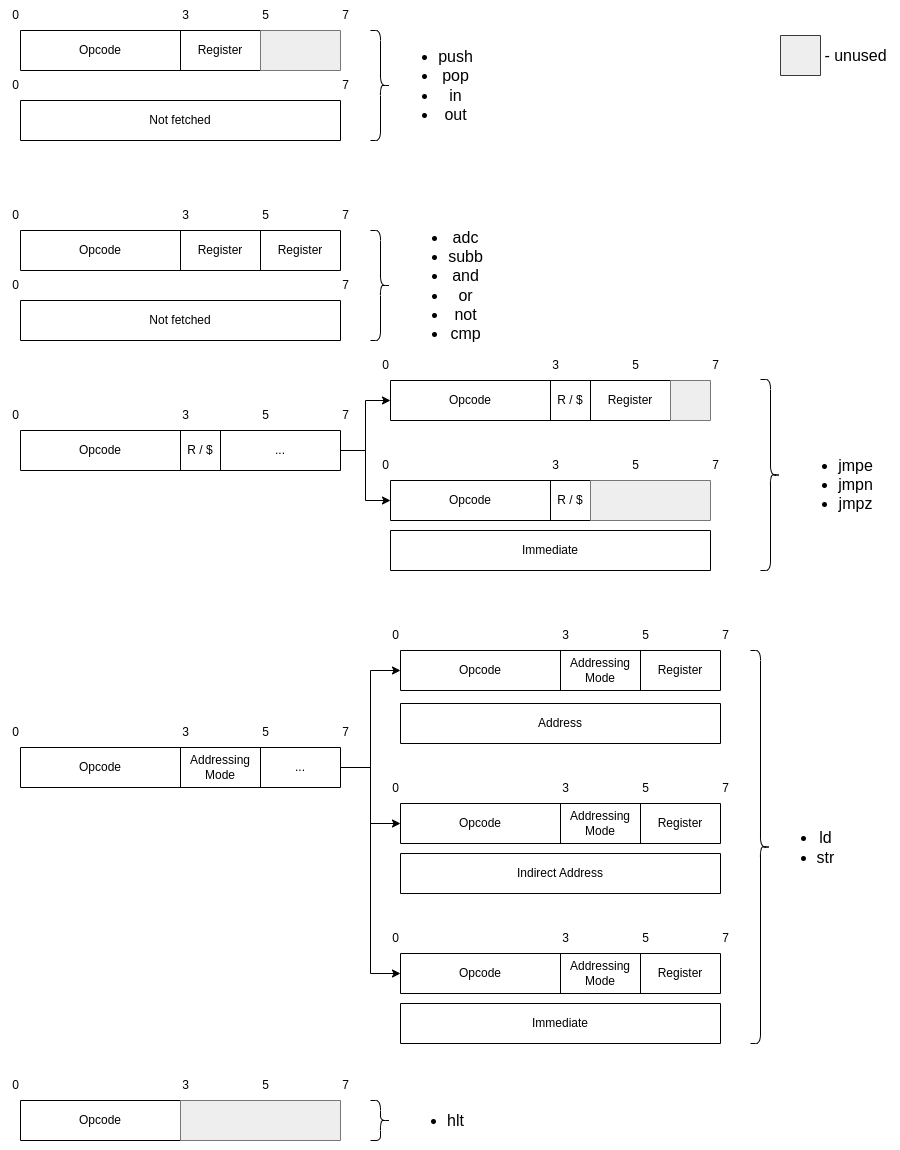
Earlier version of the draw.io export Diagrams/Instruction_Format.drawio.png (AbiPrescott/Sharp-R8). Source tidied: cells renumbered, new cells last; positions are measured from the earlier drawing's top-left corner, leaving out a move shared by most shapes.
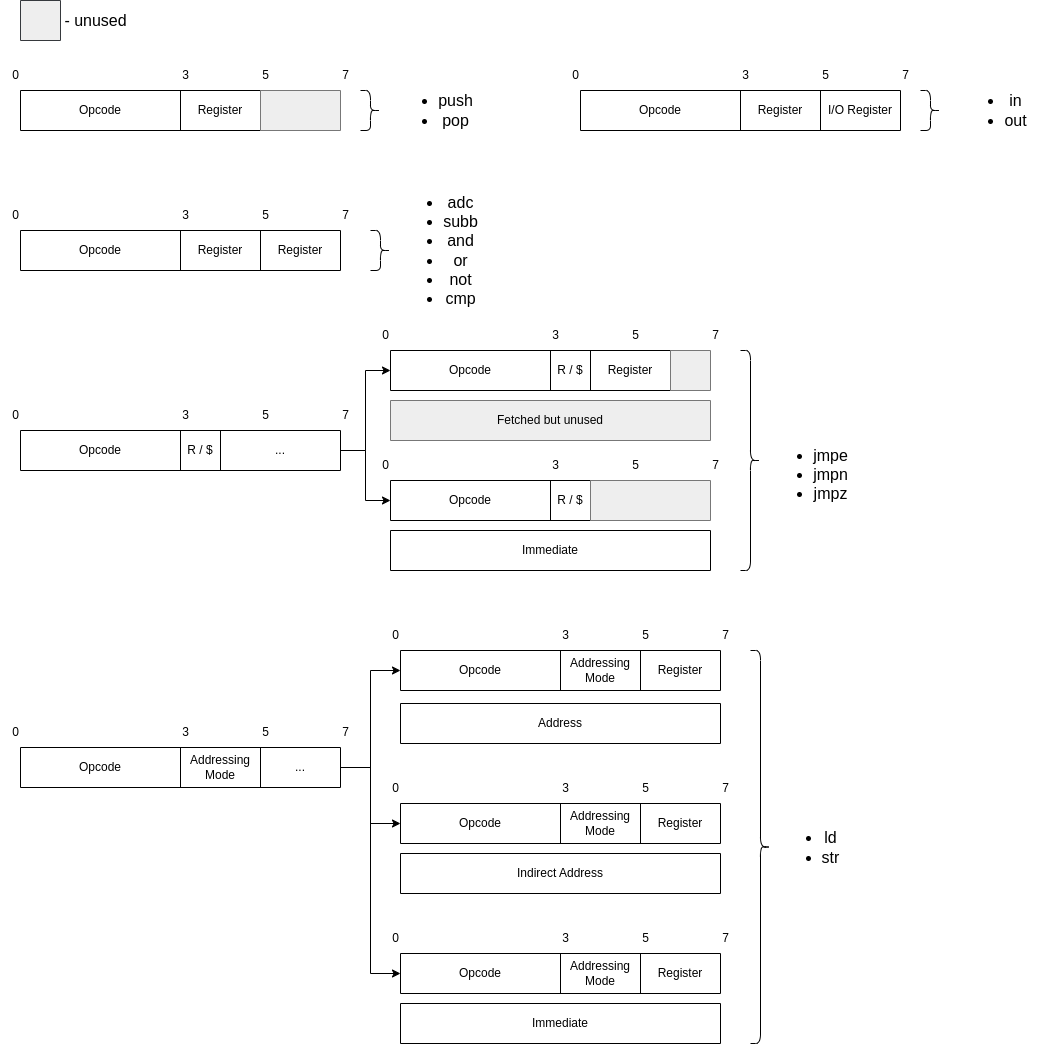
Later version of the same file.

Commit message:
insttruction flowchart added

The edit, as a diff of the source:
```diff
@@ -3,7 +3,7 @@
     <mxCell id="0" />
     <mxCell id="1" parent="0" />
     <mxCell id="2" style="shape=table;startSize=0;fontSize=14;" parent="1" vertex="1">
-      <mxGeometry x="20" y="30" width="320" height="40" as="geometry" />
+      <mxGeometry x="20" y="90" width="320" height="40" as="geometry" />
     </mxCell>
     <mxCell id="3" style="shape=tableRow;horizontal=0;startSize=0;swimlaneHead=0;swimlaneBody=0;strokeColor=inherit;top=0;left=0;bottom=0;right=0;fillColor=none;" parent="2" vertex="1">
       <mxGeometry width="320" height="40" as="geometry" />
@@ -17,38 +17,23 @@
     <mxCell id="6" style="shape=partialRectangle;html=1;whiteSpace=wrap;strokeColor=#36393d;overflow=hidden;fillColor=#eeeeee;top=0;left=0;bottom=0;right=0;rowspan=1;colspan=2;" parent="3" vertex="1">
       <mxGeometry x="240" width="80" height="40" as="geometry" />
     </mxCell>
-    <mxCell id="7" style="shape=table;startSize=0;fontSize=14;" parent="1" vertex="1">
-      <mxGeometry x="20" y="100" width="320" height="40" as="geometry" />
-    </mxCell>
-    <mxCell id="8" style="shape=tableRow;horizontal=0;startSize=0;swimlaneHead=0;swimlaneBody=0;strokeColor=inherit;top=0;left=0;bottom=0;right=0;fillColor=none;" parent="7" vertex="1">
-      <mxGeometry width="320" height="40" as="geometry" />
-    </mxCell>
-    <mxCell id="9" value="Not fetched" style="shape=partialRectangle;html=1;whiteSpace=wrap;strokeColor=inherit;overflow=hidden;fillColor=none;top=0;left=0;bottom=0;right=0;rowspan=1;colspan=8;" parent="8" vertex="1">
-      <mxGeometry width="320" height="40" as="geometry" />
-    </mxCell>
     <mxCell id="10" value="0" style="text;html=1;align=center;verticalAlign=middle;strokeColor=none;fillColor=none;" parent="1" vertex="1">
-      <mxGeometry width="30" height="30" as="geometry" />
+      <mxGeometry y="60" width="30" height="30" as="geometry" />
     </mxCell>
     <mxCell id="11" value="3" style="text;html=1;align=center;verticalAlign=middle;strokeColor=none;fillColor=none;" parent="1" vertex="1">
-      <mxGeometry x="170" width="30" height="30" as="geometry" />
+      <mxGeometry x="170" y="60" width="30" height="30" as="geometry" />
     </mxCell>
     <mxCell id="12" value="5" style="text;html=1;align=center;verticalAlign=middle;strokeColor=none;fillColor=none;" parent="1" vertex="1">
-      <mxGeometry x="250" width="30" height="30" as="geometry" />
+      <mxGeometry x="250" y="60" width="30" height="30" as="geometry" />
     </mxCell>
     <mxCell id="13" value="7" style="text;html=1;align=center;verticalAlign=middle;strokeColor=none;fillColor=none;" parent="1" vertex="1">
-      <mxGeometry x="330" width="30" height="30" as="geometry" />
+      <mxGeometry x="330" y="60" width="30" height="30" as="geometry" />
     </mxCell>
-    <mxCell id="14" value="0" style="text;html=1;align=center;verticalAlign=middle;strokeColor=none;fillColor=none;" parent="1" vertex="1">
-      <mxGeometry y="70" width="30" height="30" as="geometry" />
-    </mxCell>
-    <mxCell id="15" value="7" style="text;html=1;align=center;verticalAlign=middle;strokeColor=none;fillColor=none;" parent="1" vertex="1">
-      <mxGeometry x="330" y="70" width="30" height="30" as="geometry" />
-    </mxCell>
     <mxCell id="16" style="shape=curlyBracket;whiteSpace=wrap;html=1;rounded=1;flipH=1;labelPosition=right;verticalLabelPosition=middle;align=left;verticalAlign=middle;" parent="1" vertex="1">
-      <mxGeometry x="370" y="30" width="20" height="110" as="geometry" />
+      <mxGeometry x="360" y="90" width="20" height="40" as="geometry" />
     </mxCell>
-    <mxCell id="17" value="&lt;ul style=&quot;font-size: 16px;&quot;&gt;&lt;li style=&quot;font-size: 16px;&quot;&gt;push&lt;/li&gt;&lt;li style=&quot;font-size: 16px;&quot;&gt;pop&lt;/li&gt;&lt;li style=&quot;font-size: 16px;&quot;&gt;in&lt;/li&gt;&lt;li style=&quot;font-size: 16px;&quot;&gt;out&lt;/li&gt;&lt;/ul&gt;" style="text;html=1;align=center;verticalAlign=middle;strokeColor=none;fillColor=none;fontSize=16;" parent="1" vertex="1">
-      <mxGeometry x="385" y="25" width="100" height="120" as="geometry" />
+    <mxCell id="17" value="&lt;ul style=&quot;font-size: 16px;&quot;&gt;&lt;li style=&quot;font-size: 16px;&quot;&gt;push&lt;/li&gt;&lt;li style=&quot;font-size: 16px;&quot;&gt;pop&lt;/li&gt;&lt;/ul&gt;" style="text;html=1;align=center;verticalAlign=middle;strokeColor=none;fillColor=none;fontSize=16;" parent="1" vertex="1">
+      <mxGeometry x="385" y="70" width="100" height="80" as="geometry" />
     </mxCell>
     <mxCell id="18" style="shape=table;startSize=0;fontSize=14;" parent="1" vertex="1">
       <mxGeometry x="20" y="230" width="320" height="40" as="geometry" />
@@ -65,15 +50,6 @@
     <mxCell id="22" value="Register" style="shape=partialRectangle;html=1;whiteSpace=wrap;overflow=hidden;top=0;left=0;bottom=0;right=0;rowspan=1;colspan=2;fillColor=none;" parent="19" vertex="1">
       <mxGeometry x="240" width="80" height="40" as="geometry" />
     </mxCell>
-    <mxCell id="23" style="shape=table;startSize=0;fontSize=14;" parent="1" vertex="1">
-      <mxGeometry x="20" y="300" width="320" height="40" as="geometry" />
-    </mxCell>
-    <mxCell id="24" style="shape=tableRow;horizontal=0;startSize=0;swimlaneHead=0;swimlaneBody=0;strokeColor=inherit;top=0;left=0;bottom=0;right=0;fillColor=none;" parent="23" vertex="1">
-      <mxGeometry width="320" height="40" as="geometry" />
-    </mxCell>
-    <mxCell id="25" value="Not fetched" style="shape=partialRectangle;html=1;whiteSpace=wrap;strokeColor=inherit;overflow=hidden;fillColor=none;top=0;left=0;bottom=0;right=0;rowspan=1;colspan=8;" parent="24" vertex="1">
-      <mxGeometry width="320" height="40" as="geometry" />
-    </mxCell>
     <mxCell id="26" value="0" style="text;html=1;align=center;verticalAlign=middle;strokeColor=none;fillColor=none;" parent="1" vertex="1">
       <mxGeometry y="200" width="30" height="30" as="geometry" />
     </mxCell>
@@ -86,17 +62,11 @@
     <mxCell id="29" value="7" style="text;html=1;align=center;verticalAlign=middle;strokeColor=none;fillColor=none;" parent="1" vertex="1">
       <mxGeometry x="330" y="200" width="30" height="30" as="geometry" />
     </mxCell>
-    <mxCell id="30" value="0" style="text;html=1;align=center;verticalAlign=middle;strokeColor=none;fillColor=none;" parent="1" vertex="1">
-      <mxGeometry y="270" width="30" height="30" as="geometry" />
-    </mxCell>
-    <mxCell id="31" value="7" style="text;html=1;align=center;verticalAlign=middle;strokeColor=none;fillColor=none;" parent="1" vertex="1">
-      <mxGeometry x="330" y="270" width="30" height="30" as="geometry" />
-    </mxCell>
     <mxCell id="32" style="shape=curlyBracket;whiteSpace=wrap;html=1;rounded=1;flipH=1;labelPosition=right;verticalLabelPosition=middle;align=left;verticalAlign=middle;" parent="1" vertex="1">
-      <mxGeometry x="370" y="230" width="20" height="110" as="geometry" />
+      <mxGeometry x="370" y="230" width="20" height="40" as="geometry" />
     </mxCell>
     <mxCell id="33" value="&lt;ul style=&quot;font-size: 16px;&quot;&gt;&lt;li style=&quot;font-size: 16px;&quot;&gt;adc&lt;/li&gt;&lt;li style=&quot;font-size: 16px;&quot;&gt;subb&lt;/li&gt;&lt;li style=&quot;font-size: 16px;&quot;&gt;and&lt;/li&gt;&lt;li style=&quot;font-size: 16px;&quot;&gt;or&lt;/li&gt;&lt;li style=&quot;font-size: 16px;&quot;&gt;not&lt;/li&gt;&lt;li style=&quot;font-size: 16px;&quot;&gt;cmp&lt;/li&gt;&lt;/ul&gt;" style="text;html=1;align=center;verticalAlign=middle;strokeColor=none;fillColor=none;fontSize=16;" parent="1" vertex="1">
-      <mxGeometry x="395" y="205" width="100" height="160" as="geometry" />
+      <mxGeometry x="390" y="170" width="100" height="160" as="geometry" />
     </mxCell>
     <mxCell id="34" style="shape=table;startSize=0;fontSize=14;" parent="1" vertex="1">
       <mxGeometry x="20" y="430" width="320" height="40" as="geometry" />
@@ -126,13 +96,13 @@
       <mxGeometry x="330" y="400" width="30" height="30" as="geometry" />
     </mxCell>
     <mxCell id="43" style="shape=curlyBracket;whiteSpace=wrap;html=1;rounded=1;flipH=1;labelPosition=right;verticalLabelPosition=middle;align=left;verticalAlign=middle;" parent="1" vertex="1">
-      <mxGeometry x="760" y="379" width="20" height="191" as="geometry" />
+      <mxGeometry x="740" y="350" width="20" height="220" as="geometry" />
     </mxCell>
     <mxCell id="44" value="&lt;ul style=&quot;font-size: 16px;&quot;&gt;&lt;li style=&quot;font-size: 16px;&quot;&gt;jmpe&lt;/li&gt;&lt;li style=&quot;font-size: 16px;&quot;&gt;jmpn&lt;/li&gt;&lt;li style=&quot;font-size: 16px;&quot;&gt;jmpz&lt;/li&gt;&lt;/ul&gt;" style="text;html=1;align=center;verticalAlign=middle;strokeColor=none;fillColor=none;fontSize=16;" parent="1" vertex="1">
-      <mxGeometry x="785" y="434.5" width="100" height="100" as="geometry" />
+      <mxGeometry x="760" y="424.5" width="100" height="100" as="geometry" />
     </mxCell>
     <mxCell id="45" style="shape=table;startSize=0;fontSize=14;" parent="1" vertex="1">
-      <mxGeometry x="390" y="380" width="320" height="40" as="geometry" />
+      <mxGeometry x="390" y="350" width="320" height="40" as="geometry" />
     </mxCell>
     <mxCell id="46" style="shape=tableRow;horizontal=0;startSize=0;swimlaneHead=0;swimlaneBody=0;strokeColor=inherit;top=0;left=0;bottom=0;right=0;fillColor=none;points=[[0,0.5],[1,0.5]];portConstraint=eastwest;" parent="45" vertex="1">
       <mxGeometry width="320" height="40" as="geometry" />
@@ -150,16 +120,16 @@
       <mxGeometry x="280" width="40" height="40" as="geometry" />
     </mxCell>
     <mxCell id="51" value="0" style="text;html=1;align=center;verticalAlign=middle;strokeColor=none;fillColor=none;" parent="1" vertex="1">
-      <mxGeometry x="370" y="350" width="30" height="30" as="geometry" />
+      <mxGeometry x="370" y="320" width="30" height="30" as="geometry" />
     </mxCell>
     <mxCell id="52" value="3" style="text;html=1;align=center;verticalAlign=middle;strokeColor=none;fillColor=none;" parent="1" vertex="1">
-      <mxGeometry x="540" y="350" width="30" height="30" as="geometry" />
+      <mxGeometry x="540" y="320" width="30" height="30" as="geometry" />
     </mxCell>
     <mxCell id="53" value="5" style="text;html=1;align=center;verticalAlign=middle;strokeColor=none;fillColor=none;" parent="1" vertex="1">
-      <mxGeometry x="620" y="350" width="30" height="30" as="geometry" />
+      <mxGeometry x="620" y="320" width="30" height="30" as="geometry" />
     </mxCell>
     <mxCell id="54" value="7" style="text;html=1;align=center;verticalAlign=middle;strokeColor=none;fillColor=none;" parent="1" vertex="1">
-      <mxGeometry x="700" y="350" width="30" height="30" as="geometry" />
+      <mxGeometry x="700" y="320" width="30" height="30" as="geometry" />
     </mxCell>
     <mxCell id="55" style="shape=table;startSize=0;fontSize=14;" parent="1" vertex="1">
       <mxGeometry x="390" y="480" width="320" height="40" as="geometry" />
@@ -366,40 +336,10 @@
       <mxGeometry x="750" y="650" width="20" height="393" as="geometry" />
     </mxCell>
     <mxCell id="118" value="&lt;ul style=&quot;font-size: 16px;&quot;&gt;&lt;li style=&quot;font-size: 16px;&quot;&gt;ld&lt;/li&gt;&lt;li style=&quot;font-size: 16px;&quot;&gt;str&lt;/li&gt;&lt;/ul&gt;" style="text;html=1;align=center;verticalAlign=middle;strokeColor=none;fillColor=none;fontSize=16;" parent="1" vertex="1">
-      <mxGeometry x="765" y="806.5" width="80" height="80" as="geometry" />
+      <mxGeometry x="770" y="806.5" width="80" height="80" as="geometry" />
     </mxCell>
-    <mxCell id="119" style="shape=table;startSize=0;fontSize=14;" parent="1" vertex="1">
-      <mxGeometry x="20" y="1100" width="320" height="40" as="geometry" />
-    </mxCell>
-    <mxCell id="120" style="shape=tableRow;horizontal=0;startSize=0;swimlaneHead=0;swimlaneBody=0;strokeColor=inherit;top=0;left=0;bottom=0;right=0;fillColor=none;" parent="119" vertex="1">
-      <mxGeometry width="320" height="40" as="geometry" />
-    </mxCell>
-    <mxCell id="121" value="Opcode" style="shape=partialRectangle;html=1;whiteSpace=wrap;strokeColor=inherit;overflow=hidden;fillColor=none;top=0;left=0;bottom=0;right=0;rowspan=1;colspan=4;" parent="120" vertex="1">
-      <mxGeometry width="160" height="40" as="geometry" />
-    </mxCell>
-    <mxCell id="122" style="shape=partialRectangle;html=1;whiteSpace=wrap;strokeColor=#36393d;overflow=hidden;fillColor=#eeeeee;top=0;left=0;bottom=0;right=0;rowspan=1;colspan=4;" parent="120" vertex="1">
-      <mxGeometry x="160" width="160" height="40" as="geometry" />
-    </mxCell>
-    <mxCell id="123" value="0" style="text;html=1;align=center;verticalAlign=middle;strokeColor=none;fillColor=none;" parent="1" vertex="1">
-      <mxGeometry y="1070" width="30" height="30" as="geometry" />
-    </mxCell>
-    <mxCell id="124" value="3" style="text;html=1;align=center;verticalAlign=middle;strokeColor=none;fillColor=none;" parent="1" vertex="1">
-      <mxGeometry x="170" y="1070" width="30" height="30" as="geometry" />
-    </mxCell>
-    <mxCell id="125" value="5" style="text;html=1;align=center;verticalAlign=middle;strokeColor=none;fillColor=none;" parent="1" vertex="1">
-      <mxGeometry x="250" y="1070" width="30" height="30" as="geometry" />
-    </mxCell>
-    <mxCell id="126" value="7" style="text;html=1;align=center;verticalAlign=middle;strokeColor=none;fillColor=none;" parent="1" vertex="1">
-      <mxGeometry x="330" y="1070" width="30" height="30" as="geometry" />
-    </mxCell>
-    <mxCell id="127" style="shape=curlyBracket;whiteSpace=wrap;html=1;rounded=1;flipH=1;labelPosition=right;verticalLabelPosition=middle;align=left;verticalAlign=middle;" parent="1" vertex="1">
-      <mxGeometry x="370" y="1100" width="20" height="40" as="geometry" />
-    </mxCell>
-    <mxCell id="128" value="&lt;ul style=&quot;font-size: 16px;&quot;&gt;&lt;li style=&quot;font-size: 16px;&quot;&gt;hlt&lt;/li&gt;&lt;/ul&gt;" style="text;html=1;align=center;verticalAlign=middle;strokeColor=none;fillColor=none;fontSize=16;" parent="1" vertex="1">
-      <mxGeometry x="395" y="1090" width="80" height="60" as="geometry" />
-    </mxCell>
     <mxCell id="129" style="shape=table;startSize=0;fillColor=#eeeeee;strokeColor=#36393d;" parent="1" vertex="1">
-      <mxGeometry x="780" y="35" width="40" height="40" as="geometry" />
+      <mxGeometry x="20" width="40" height="40" as="geometry" />
     </mxCell>
     <mxCell id="130" style="shape=tableRow;horizontal=0;startSize=0;swimlaneHead=0;swimlaneBody=0;strokeColor=inherit;top=0;left=0;bottom=0;right=0;fillColor=none;" parent="129" vertex="1">
       <mxGeometry width="40" height="40" as="geometry" />
@@ -408,7 +348,49 @@
       <mxGeometry width="40" height="40" as="geometry" />
     </mxCell>
     <mxCell id="132" value="&lt;font style=&quot;font-size: 16px;&quot;&gt;- unused&lt;/font&gt;" style="text;html=1;align=center;verticalAlign=middle;strokeColor=none;fillColor=none;" parent="1" vertex="1">
-      <mxGeometry x="810" y="40" width="90" height="30" as="geometry" />
+      <mxGeometry x="50" y="5" width="90" height="30" as="geometry" />
     </mxCell>
+    <mxCell id="133" style="shape=table;startSize=0;fontSize=14;" parent="1" vertex="1">
+      <mxGeometry x="580" y="90" width="320" height="40" as="geometry" />
+    </mxCell>
+    <mxCell id="134" style="shape=tableRow;horizontal=0;startSize=0;swimlaneHead=0;swimlaneBody=0;strokeColor=inherit;top=0;left=0;bottom=0;right=0;fillColor=none;" parent="133" vertex="1">
+      <mxGeometry width="320" height="40" as="geometry" />
+    </mxCell>
+    <mxCell id="121" value="&lt;font style=&quot;font-size: 12px;&quot;&gt;Opcode&lt;/font&gt;" style="shape=partialRectangle;html=1;whiteSpace=wrap;strokeColor=inherit;overflow=hidden;fillColor=none;top=0;left=0;bottom=0;right=0;rowspan=1;colspan=4;" parent="134" vertex="1">
+      <mxGeometry width="160" height="40" as="geometry" />
+    </mxCell>
+    <mxCell id="135" value="Register" style="shape=partialRectangle;html=1;whiteSpace=wrap;strokeColor=inherit;overflow=hidden;fillColor=none;top=0;left=0;bottom=0;right=0;rowspan=1;colspan=2;" parent="134" vertex="1">
+      <mxGeometry x="160" width="80" height="40" as="geometry" />
+    </mxCell>
+    <mxCell id="136" value="I/O Register" style="shape=partialRectangle;html=1;whiteSpace=wrap;overflow=hidden;fillColor=none;top=0;left=0;bottom=0;right=0;rowspan=1;colspan=2;" parent="134" vertex="1">
+      <mxGeometry x="240" width="80" height="40" as="geometry" />
+    </mxCell>
+    <mxCell id="137" value="0" style="text;html=1;align=center;verticalAlign=middle;strokeColor=none;fillColor=none;" parent="1" vertex="1">
+      <mxGeometry x="560" y="60" width="30" height="30" as="geometry" />
+    </mxCell>
+    <mxCell id="124" value="3" style="text;html=1;align=center;verticalAlign=middle;strokeColor=none;fillColor=none;" parent="1" vertex="1">
+      <mxGeometry x="730" y="60" width="30" height="30" as="geometry" />
+    </mxCell>
+    <mxCell id="125" value="5" style="text;html=1;align=center;verticalAlign=middle;strokeColor=none;fillColor=none;" parent="1" vertex="1">
+      <mxGeometry x="810" y="60" width="30" height="30" as="geometry" />
+    </mxCell>
+    <mxCell id="138" value="7" style="text;html=1;align=center;verticalAlign=middle;strokeColor=none;fillColor=none;" parent="1" vertex="1">
+      <mxGeometry x="890" y="60" width="30" height="30" as="geometry" />
+    </mxCell>
+    <mxCell id="139" style="shape=curlyBracket;whiteSpace=wrap;html=1;rounded=1;flipH=1;labelPosition=right;verticalLabelPosition=middle;align=left;verticalAlign=middle;" parent="1" vertex="1">
+      <mxGeometry x="920" y="90" width="20" height="40" as="geometry" />
+    </mxCell>
+    <mxCell id="140" value="&lt;ul style=&quot;font-size: 16px;&quot;&gt;&lt;li style=&quot;font-size: 16px;&quot;&gt;in&lt;/li&gt;&lt;li style=&quot;font-size: 16px;&quot;&gt;out&lt;/li&gt;&lt;/ul&gt;" style="text;html=1;align=center;verticalAlign=middle;strokeColor=none;fillColor=none;fontSize=16;" parent="1" vertex="1">
+      <mxGeometry x="950" y="70" width="90" height="80" as="geometry" />
+    </mxCell>
+    <mxCell id="141" style="shape=table;startSize=0;fontSize=14;" parent="1" vertex="1">
+      <mxGeometry x="390" y="400" width="320" height="40" as="geometry" />
+    </mxCell>
+    <mxCell id="142" style="shape=tableRow;horizontal=0;startSize=0;swimlaneHead=0;swimlaneBody=0;strokeColor=inherit;top=0;left=0;bottom=0;right=0;fillColor=none;" parent="141" vertex="1">
+      <mxGeometry width="320" height="40" as="geometry" />
+    </mxCell>
+    <mxCell id="143" value="Fetched but unused" style="shape=partialRectangle;html=1;whiteSpace=wrap;strokeColor=#36393d;overflow=hidden;fillColor=#eeeeee;top=0;left=0;bottom=0;right=0;rowspan=1;colspan=8;" parent="142" vertex="1">
+      <mxGeometry width="320" height="40" as="geometry" />
+    </mxCell>
   </root>
 </mxGraphModel>
```
